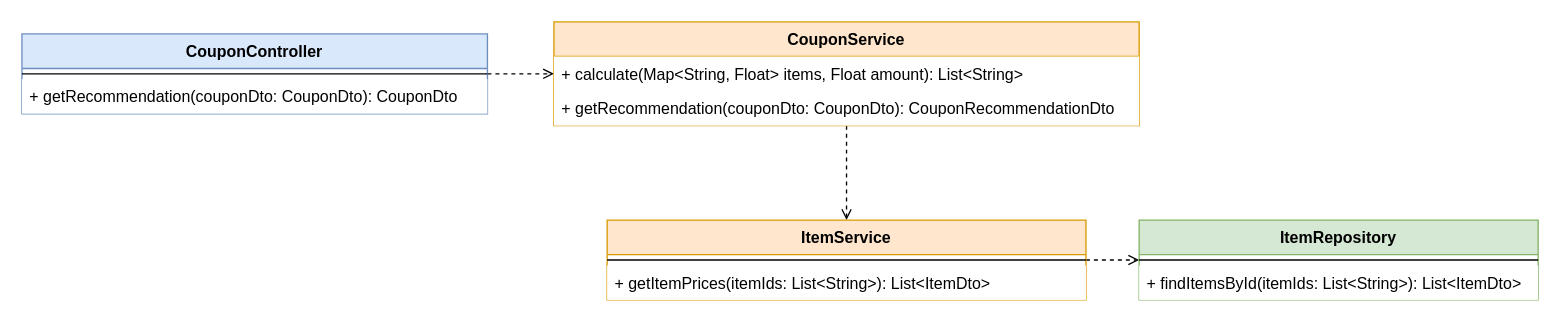
jcmc1998/coupon keeps this draw.io diagram as page "Clases" (2 of 2) of doc/diagrama-uml.drawio. Above is the earlier version. Source tidied: cells renumbered, new cells numbered last; positions are measured from the earlier drawing's top-left corner, leaving out a move shared by most shapes. Both pictures are drawn from the tidied source at 133%, with x=0, y=0 at pixel (21, 21).
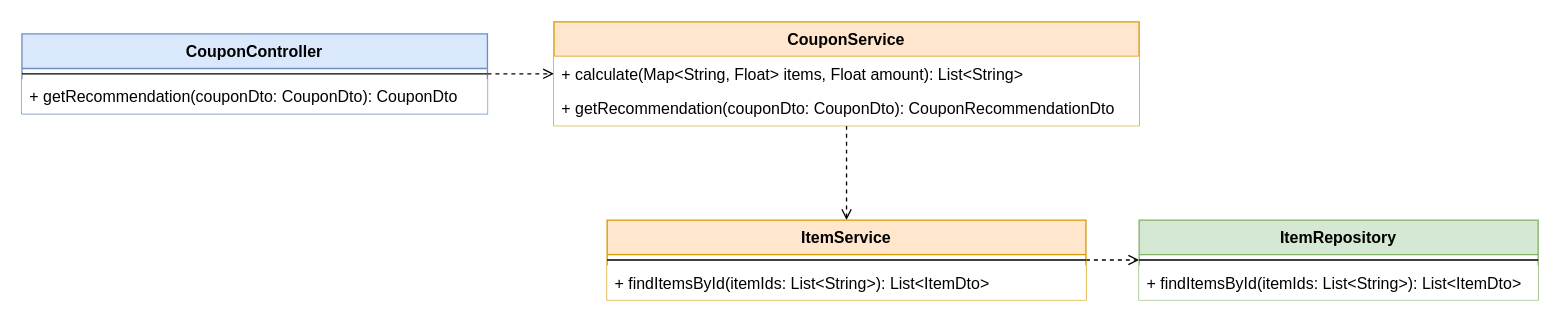
After the change.

Change to the diagram source:
```diff
@@
 <mxGraphModel>
   <root>
     <mxCell id="0" />
     <mxCell id="1" parent="0" />
     <mxCell id="2" style="edgeStyle=orthogonalEdgeStyle;rounded=0;jettySize=auto;html=1;dashed=1;endArrow=open;endFill=0;" parent="1" edge="1" source="5" target="8">
       <mxGeometry relative="1" as="geometry" />
     </mxCell>
     <mxCell id="3" style="edgeStyle=orthogonalEdgeStyle;rounded=0;jettySize=auto;html=1;dashed=1;endArrow=open;endFill=0;" parent="1" edge="1" source="11" target="14">
       <mxGeometry relative="1" as="geometry" />
     </mxCell>
     <mxCell id="4" style="edgeStyle=orthogonalEdgeStyle;rounded=0;jettySize=auto;html=1;dashed=1;endArrow=open;endFill=0;" parent="1" edge="1" source="8" target="11">
       <mxGeometry relative="1" as="geometry" />
     </mxCell>
     <mxCell id="5" value="CouponController" style="swimlane;fontStyle=1;align=center;verticalAlign=top;horizontal=1;startSize=26;fillColor=#dae8fc;strokeColor=#6c8ebf;" parent="1" vertex="1">
       <mxGeometry y="9" width="350" height="60" as="geometry" />
     </mxCell>
     <mxCell id="6" style="line;strokeWidth=1;fillColor=#ffffff;align=left;verticalAlign=middle;spacingTop=-1;spacingLeft=3;spacingRight=3;labelPosition=right;" parent="5" vertex="1">
       <mxGeometry y="26" width="350" height="8" as="geometry" />
     </mxCell>
     <mxCell id="7" value="+ getRecommendation(couponDto: CouponDto): CouponDto" style="text;strokeColor=none;fillColor=#ffffff;align=left;verticalAlign=top;spacingLeft=4;spacingRight=4;overflow=hidden;" parent="5" vertex="1">
       <mxGeometry y="34" width="350" height="26" as="geometry" />
     </mxCell>
     <mxCell id="8" value="CouponService" style="swimlane;fontStyle=1;align=center;verticalAlign=top;horizontal=1;startSize=26;fillColor=#ffe6cc;strokeColor=#d79b00;" parent="1" vertex="1">
       <mxGeometry x="400" width="440" height="78" as="geometry" />
     </mxCell>
     <mxCell id="9" value="+ calculate(Map&lt;String, Float&gt; items, Float amount): List&lt;String&gt;" style="text;strokeColor=none;fillColor=#ffffff;align=left;verticalAlign=top;spacingLeft=4;spacingRight=4;overflow=hidden;" parent="8" vertex="1">
       <mxGeometry y="26" width="440" height="26" as="geometry" />
     </mxCell>
     <mxCell id="10" value="+ getRecommendation(couponDto: CouponDto): CouponRecommendationDto" style="text;strokeColor=none;fillColor=#ffffff;align=left;verticalAlign=top;spacingLeft=4;spacingRight=4;overflow=hidden;" parent="8" vertex="1">
       <mxGeometry y="52" width="440" height="26" as="geometry" />
     </mxCell>
     <mxCell id="11" value="ItemService" style="swimlane;fontStyle=1;align=center;verticalAlign=top;horizontal=1;startSize=26;fillColor=#ffe6cc;strokeColor=#d79b00;" parent="1" vertex="1">
       <mxGeometry x="440" y="149" width="360" height="60" as="geometry" />
     </mxCell>
     <mxCell id="12" style="line;strokeWidth=1;fillColor=#ffffff;align=left;verticalAlign=middle;spacingTop=-1;spacingLeft=3;spacingRight=3;labelPosition=right;" parent="11" vertex="1">
       <mxGeometry y="26" width="360" height="8" as="geometry" />
     </mxCell>
-    <mxCell id="13" value="+ getItemPrices(itemIds: List&lt;String&gt;): List&lt;ItemDto&gt;" style="text;strokeColor=none;fillColor=#ffffff;align=left;verticalAlign=top;spacingLeft=4;spacingRight=4;overflow=hidden;" parent="11" vertex="1">
+    <mxCell id="13" value="+ findItemsById(itemIds: List&lt;String&gt;): List&lt;ItemDto&gt;" style="text;strokeColor=none;fillColor=#ffffff;align=left;verticalAlign=top;spacingLeft=4;spacingRight=4;overflow=hidden;" parent="11" vertex="1">
       <mxGeometry y="34" width="360" height="26" as="geometry" />
     </mxCell>
     <mxCell id="14" value="ItemRepository" style="swimlane;fontStyle=1;align=center;verticalAlign=top;horizontal=1;startSize=26;fillColor=#d5e8d4;strokeColor=#82b366;" parent="1" vertex="1">
       <mxGeometry x="840" y="149" width="300" height="60" as="geometry" />
     </mxCell>
     <mxCell id="15" style="line;strokeWidth=1;fillColor=#ffffff;align=left;verticalAlign=middle;spacingTop=-1;spacingLeft=3;spacingRight=3;labelPosition=right;" parent="14" vertex="1">
       <mxGeometry y="26" width="300" height="8" as="geometry" />
     </mxCell>
     <mxCell id="16" value="+ findItemsById(itemIds: List&lt;String&gt;): List&lt;ItemDto&gt;" style="text;strokeColor=none;fillColor=#ffffff;align=left;verticalAlign=top;spacingLeft=4;spacingRight=4;overflow=hidden;" parent="14" vertex="1">
       <mxGeometry y="34" width="300" height="26" as="geometry" />
     </mxCell>
   </root>
 </mxGraphModel>
```
